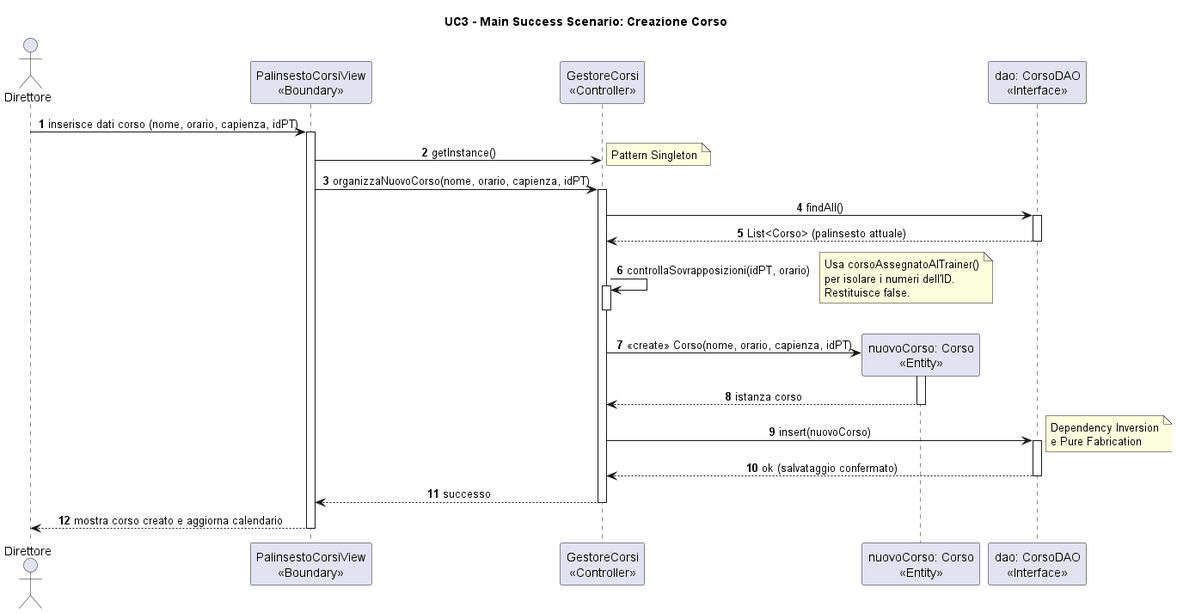
The PlantUML diagram ScriptActive/Documenti/08. Diagrammi di Sequenza/Visualizzazioni/DSequenzaUC3Main.png in svilu999/Progetto-ScriptActive, before a commit.
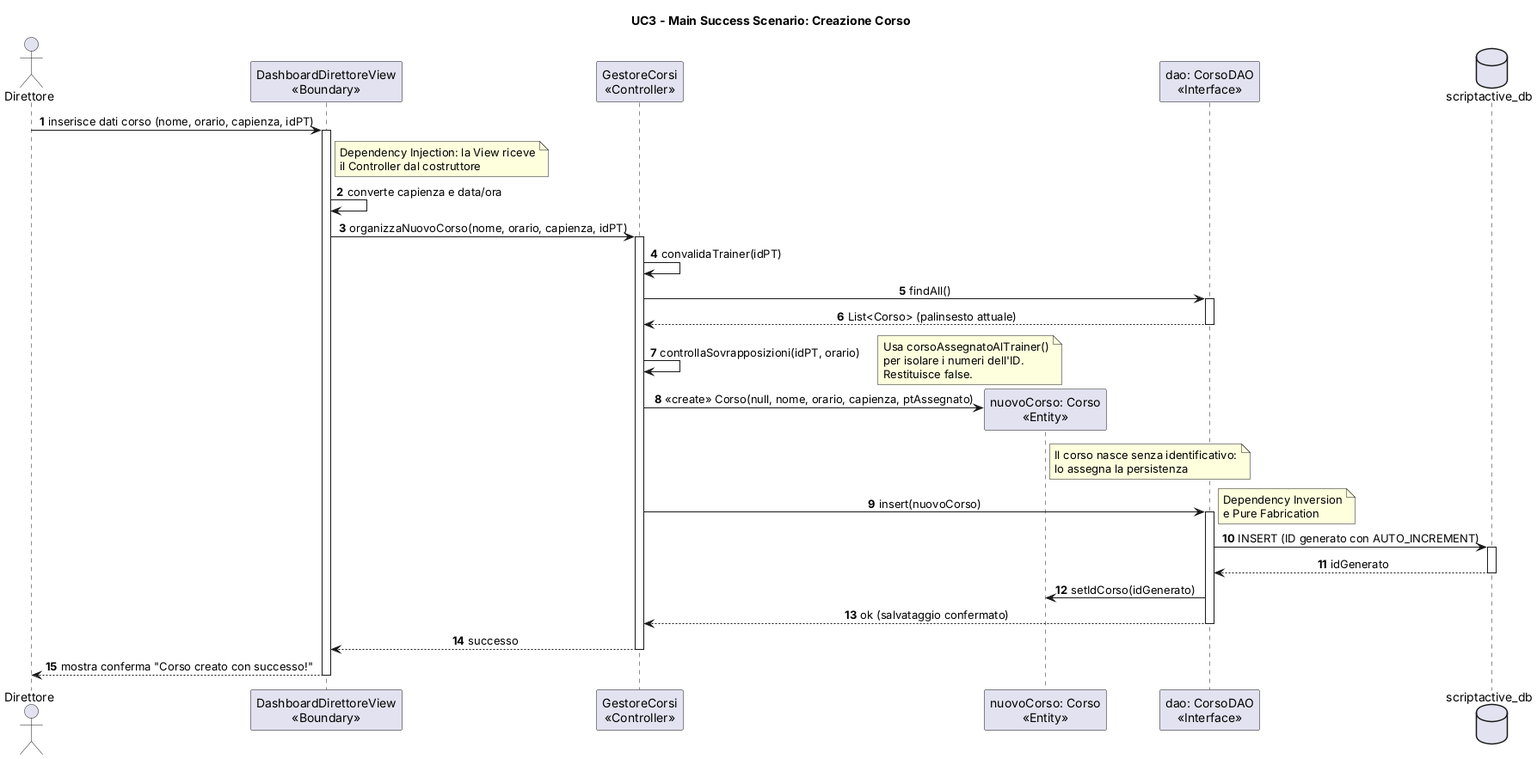
After the commit.

What changed in the source:
```diff
@@ -1,62 +1,61 @@
-@startuml
+@startuml DSequenzaUC3Main
 skinparam monochrome false
 skinparam packageStyle rectangle
 skinparam sequenceMessageAlign center
 
+title UC3 - Main Success Scenario: Creazione Corso
+autonumber
 
-title UC3 - Main Success Scenario: Creazione Corso
-
-
-autonumber
 actor "Direttore" as D
-participant "PalinsestoCorsiView\n<<Boundary>>" as V
+participant "DashboardDirettoreView\n<<Boundary>>" as V
 participant "GestoreCorsi\n<<Controller>>" as C
 participant "nuovoCorso: Corso\n<<Entity>>" as E
 participant "dao: CorsoDAO\n<<Interface>>" as DAO
-
+database "scriptactive_db" as DB
 
 D -> V : inserisce dati corso (nome, orario, capienza, idPT)
 activate V
 
-
-V -> C : getInstance()
-note right: Pattern Singleton
-
+note right of V
+  Dependency Injection: la View riceve
+  il Controller dal costruttore
+end note
+V -> V : converte capienza e data/ora
 
 V -> C : organizzaNuovoCorso(nome, orario, capienza, idPT)
 activate C
 
+C -> C : convalidaTrainer(idPT)
 
 C -> DAO : findAll()
 activate DAO
 DAO --> C : List<Corso> (palinsesto attuale)
 deactivate DAO
 
-
 C -> C : controllaSovrapposizioni(idPT, orario)
-activate C
 note right: Usa corsoAssegnatoAlTrainer()\nper isolare i numeri dell'ID.\nRestituisce false.
-deactivate C
-
 
 create E
-C -> E : <<create>> Corso(nome, orario, capienza, idPT)
-activate E
-E --> C : istanza corso
-deactivate E
-
+C -> E : <<create>> Corso(null, nome, orario, capienza, ptAssegnato)
+note right of E
+  Il corso nasce senza identificativo:
+  lo assegna la persistenza
+end note
 
 C -> DAO : insert(nuovoCorso)
 activate DAO
 note right: Dependency Inversion\ne Pure Fabrication
+DAO -> DB : INSERT (ID generato con AUTO_INCREMENT)
+activate DB
+DB --> DAO : idGenerato
+deactivate DB
+DAO -> E : setIdCorso(idGenerato)
 DAO --> C : ok (salvataggio confermato)
 deactivate DAO
 
-
 C --> V : successo
 deactivate C
-V --> D : mostra corso creato e aggiorna calendario
+
+V --> D : mostra conferma "Corso creato con successo!"
 deactivate V
-
-
 @enduml
```
